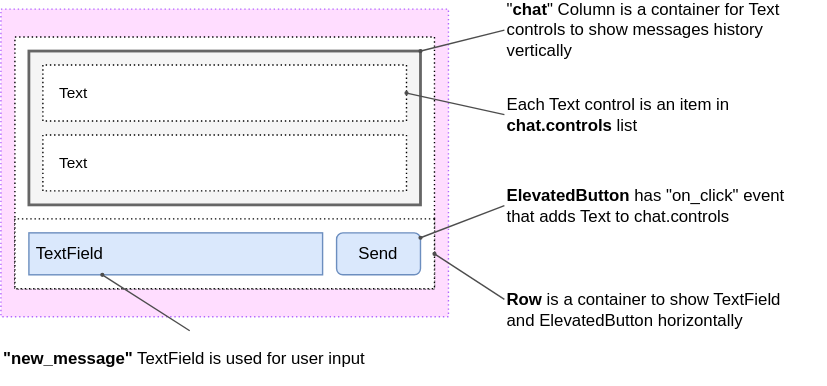
Above: sdk/python/examples/tutorials/chat/media/layout-1.svg in flet-dev/flet (draw.io), before the change. Source tidied: cells renumbered, new cells last; positions are measured from the earlier drawing's top-left corner, leaving out a move shared by most shapes. Source of this version:
```xml
<mxGraphModel>
  <root>
    <mxCell id="0" />
    <mxCell id="1" parent="0" />
    <mxCell id="2" style="rounded=0;whiteSpace=wrap;html=1;dashed=1;dashPattern=1 2;fillColor=#FFDDFF;strokeColor=#B266FF;" parent="1" vertex="1">
      <mxGeometry width="320" height="220" as="geometry" />
    </mxCell>
    <mxCell id="3" style="rounded=0;whiteSpace=wrap;html=1;direction=south;dashed=1;dashPattern=1 2;" parent="1" vertex="1">
      <mxGeometry x="10" y="20" width="300" height="180" as="geometry" />
    </mxCell>
    <mxCell id="4" style="rounded=0;whiteSpace=wrap;html=1;direction=south;fillColor=#f5f5f5;strokeColor=#666666;fontColor=#333333;strokeWidth=2;" parent="1" vertex="1">
      <mxGeometry x="20" y="30" width="280" height="110" as="geometry" />
    </mxCell>
    <mxCell id="5" style="rounded=0;whiteSpace=wrap;html=1;direction=south;dashed=1;dashPattern=1 2;" parent="1" vertex="1">
      <mxGeometry x="30" y="40" width="260" height="40" as="geometry" />
    </mxCell>
    <mxCell id="6" style="rounded=0;whiteSpace=wrap;html=1;direction=south;dashed=1;dashPattern=1 2;" parent="1" vertex="1">
      <mxGeometry x="10" y="150" width="300" height="50" as="geometry" />
    </mxCell>
    <mxCell id="7" value="&amp;nbsp;TextField" style="rounded=0;whiteSpace=wrap;html=1;fillColor=#dae8fc;sketch=0;strokeColor=#6c8ebf;align=left;" parent="1" vertex="1">
      <mxGeometry x="20" y="160" width="210" height="30" as="geometry" />
    </mxCell>
    <mxCell id="8" value="Send" style="rounded=1;whiteSpace=wrap;html=1;fillColor=#dae8fc;sketch=0;strokeColor=#6c8ebf;" parent="1" vertex="1">
      <mxGeometry x="240" y="160" width="60" height="30" as="geometry" />
    </mxCell>
    <mxCell id="9" value="&lt;b&gt;ElevatedButton&lt;/b&gt; has &quot;on_click&quot; event that adds Text to chat.controls" style="text;html=1;strokeColor=none;fillColor=none;align=left;verticalAlign=middle;whiteSpace=wrap;rounded=0;dashed=1;dashPattern=1 2;sketch=0;fontSize=12;" parent="1" vertex="1">
      <mxGeometry x="360" y="121" width="220" height="39" as="geometry" />
    </mxCell>
    <mxCell id="10" style="endArrow=oval;html=1;endFill=1;strokeWidth=1;jumpSize=5;endSize=2;startSize=2;strokeColor=#4D4D4D;exitX=0;exitY=0.5;exitDx=0;exitDy=0;" parent="1" edge="1" source="9" target="8">
      <mxGeometry relative="1" as="geometry" />
    </mxCell>
    <mxCell id="11" value="Text" style="text;html=1;strokeColor=none;fillColor=none;align=left;verticalAlign=middle;whiteSpace=wrap;rounded=0;dashed=1;dashPattern=1 2;sketch=0;fontSize=11;" parent="1" vertex="1">
      <mxGeometry x="40" y="50.5" width="100" height="19" as="geometry" />
    </mxCell>
    <mxCell id="12" value="Each Text control is an item in &lt;b&gt;chat.controls&lt;/b&gt; list" style="text;html=1;strokeColor=none;fillColor=none;align=left;verticalAlign=middle;whiteSpace=wrap;rounded=0;dashed=1;dashPattern=1 2;sketch=0;fontSize=12;" parent="1" vertex="1">
      <mxGeometry x="360" y="61" width="230" height="29" as="geometry" />
    </mxCell>
    <mxCell id="13" style="endArrow=oval;html=1;endFill=1;strokeWidth=1;jumpSize=5;endSize=2;startSize=2;strokeColor=#4D4D4D;exitX=0;exitY=0.5;exitDx=0;exitDy=0;entryX=0.5;entryY=0;entryDx=0;entryDy=0;" parent="1" edge="1" source="12" target="5">
      <mxGeometry relative="1" as="geometry" />
    </mxCell>
    <mxCell id="14" value="&quot;&lt;b&gt;chat&lt;/b&gt;&quot; Column is a container for Text controls to show messages history vertically" style="text;html=1;strokeColor=none;fillColor=none;align=left;verticalAlign=middle;whiteSpace=wrap;rounded=0;dashed=1;dashPattern=1 2;sketch=0;fontSize=12;" parent="1" vertex="1">
      <mxGeometry x="360" width="210" height="30" as="geometry" />
    </mxCell>
    <mxCell id="15" style="endArrow=oval;html=1;endFill=1;strokeWidth=1;jumpSize=5;endSize=2;startSize=2;strokeColor=#4D4D4D;exitX=0;exitY=0.5;exitDx=0;exitDy=0;entryX=0;entryY=0;entryDx=0;entryDy=0;" parent="1" edge="1" source="14" target="4">
      <mxGeometry relative="1" as="geometry" />
    </mxCell>
    <mxCell id="16" style="rounded=0;whiteSpace=wrap;html=1;direction=south;dashed=1;dashPattern=1 2;" parent="1" vertex="1">
      <mxGeometry x="30" y="90" width="260" height="40" as="geometry" />
    </mxCell>
    <mxCell id="17" value="Text" style="text;html=1;strokeColor=none;fillColor=none;align=left;verticalAlign=middle;whiteSpace=wrap;rounded=0;dashed=1;dashPattern=1 2;sketch=0;fontSize=11;" parent="1" vertex="1">
      <mxGeometry x="40" y="100.5" width="100" height="19" as="geometry" />
    </mxCell>
    <mxCell id="18" value="&lt;b&gt;&quot;new_message&quot;&lt;/b&gt; TextField is used for user input&amp;nbsp;" style="text;html=1;strokeColor=none;fillColor=none;align=left;verticalAlign=middle;whiteSpace=wrap;rounded=0;dashed=1;dashPattern=1 2;sketch=0;fontSize=12;" parent="1" vertex="1">
      <mxGeometry y="230" width="270" height="39" as="geometry" />
    </mxCell>
    <mxCell id="19" style="endArrow=oval;html=1;endFill=1;strokeWidth=1;jumpSize=5;endSize=2;startSize=2;strokeColor=#4D4D4D;exitX=0.5;exitY=0;exitDx=0;exitDy=0;entryX=0.25;entryY=1;entryDx=0;entryDy=0;" parent="1" edge="1" source="18" target="7">
      <mxGeometry relative="1" as="geometry" />
    </mxCell>
    <mxCell id="20" value="&lt;b&gt;Row&lt;/b&gt; is a container to show TextField and ElevatedButton horizontally" style="text;html=1;strokeColor=none;fillColor=none;align=left;verticalAlign=middle;whiteSpace=wrap;rounded=0;dashed=1;dashPattern=1 2;sketch=0;fontSize=12;" parent="1" vertex="1">
      <mxGeometry x="360" y="200" width="210" height="30" as="geometry" />
    </mxCell>
    <mxCell id="21" style="endArrow=oval;html=1;endFill=1;strokeWidth=1;jumpSize=5;endSize=2;startSize=2;strokeColor=#4D4D4D;exitX=0;exitY=0.25;exitDx=0;exitDy=0;entryX=0.5;entryY=0;entryDx=0;entryDy=0;" parent="1" edge="1" source="20" target="6">
      <mxGeometry relative="1" as="geometry" />
    </mxCell>
  </root>
</mxGraphModel>
```
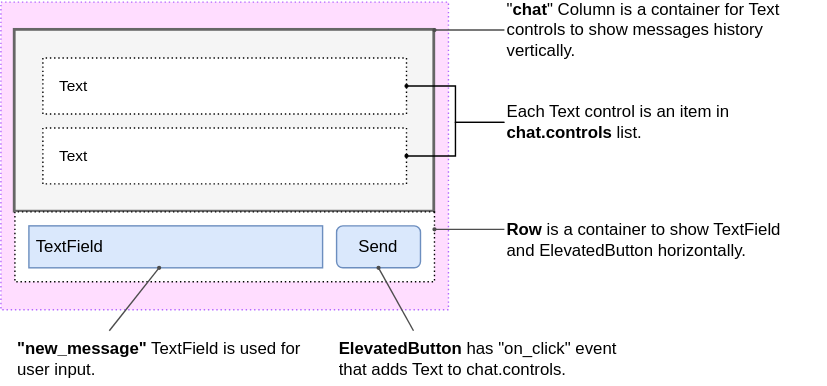
The same diagram one commit later.

Commit message:
docs: reorder text layout in chat tutorial

Diff of the diagram source:
```diff
@@ -5,11 +5,8 @@
     <mxCell id="2" style="rounded=0;whiteSpace=wrap;html=1;dashed=1;dashPattern=1 2;fillColor=#FFDDFF;strokeColor=#B266FF;" parent="1" vertex="1">
       <mxGeometry width="320" height="220" as="geometry" />
     </mxCell>
-    <mxCell id="3" style="rounded=0;whiteSpace=wrap;html=1;direction=south;dashed=1;dashPattern=1 2;" parent="1" vertex="1">
-      <mxGeometry x="10" y="20" width="300" height="180" as="geometry" />
-    </mxCell>
     <mxCell id="4" style="rounded=0;whiteSpace=wrap;html=1;direction=south;fillColor=#f5f5f5;strokeColor=#666666;fontColor=#333333;strokeWidth=2;" parent="1" vertex="1">
-      <mxGeometry x="20" y="30" width="280" height="110" as="geometry" />
+      <mxGeometry x="10" y="20" width="300" height="130" as="geometry" />
     </mxCell>
     <mxCell id="5" style="rounded=0;whiteSpace=wrap;html=1;direction=south;dashed=1;dashPattern=1 2;" parent="1" vertex="1">
       <mxGeometry x="30" y="40" width="260" height="40" as="geometry" />
@@ -23,44 +20,47 @@
     <mxCell id="8" value="Send" style="rounded=1;whiteSpace=wrap;html=1;fillColor=#dae8fc;sketch=0;strokeColor=#6c8ebf;" parent="1" vertex="1">
       <mxGeometry x="240" y="160" width="60" height="30" as="geometry" />
     </mxCell>
-    <mxCell id="9" value="&lt;b&gt;ElevatedButton&lt;/b&gt; has &quot;on_click&quot; event that adds Text to chat.controls" style="text;html=1;strokeColor=none;fillColor=none;align=left;verticalAlign=middle;whiteSpace=wrap;rounded=0;dashed=1;dashPattern=1 2;sketch=0;fontSize=12;" parent="1" vertex="1">
-      <mxGeometry x="360" y="121" width="220" height="39" as="geometry" />
+    <mxCell id="9" value="&lt;b&gt;ElevatedButton&lt;/b&gt; has &quot;on_click&quot; event that adds Text to chat.controls." style="text;html=1;strokeColor=none;fillColor=none;align=left;verticalAlign=middle;whiteSpace=wrap;rounded=0;dashed=1;dashPattern=1 2;sketch=0;fontSize=12;" parent="1" vertex="1">
+      <mxGeometry x="240" y="235" width="220" height="39" as="geometry" />
     </mxCell>
-    <mxCell id="10" style="endArrow=oval;html=1;endFill=1;strokeWidth=1;jumpSize=5;endSize=2;startSize=2;strokeColor=#4D4D4D;exitX=0;exitY=0.5;exitDx=0;exitDy=0;" parent="1" edge="1" source="9" target="8">
+    <mxCell id="10" style="endArrow=oval;html=1;endFill=1;strokeWidth=1;jumpSize=5;endSize=2;startSize=2;strokeColor=#4D4D4D;entryX=0.5;entryY=1;entryDx=0;entryDy=0;exitX=0.25;exitY=0;exitDx=0;exitDy=0;" parent="1" edge="1" source="9" target="8">
       <mxGeometry relative="1" as="geometry" />
     </mxCell>
     <mxCell id="11" value="Text" style="text;html=1;strokeColor=none;fillColor=none;align=left;verticalAlign=middle;whiteSpace=wrap;rounded=0;dashed=1;dashPattern=1 2;sketch=0;fontSize=11;" parent="1" vertex="1">
       <mxGeometry x="40" y="50.5" width="100" height="19" as="geometry" />
     </mxCell>
-    <mxCell id="12" value="Each Text control is an item in &lt;b&gt;chat.controls&lt;/b&gt; list" style="text;html=1;strokeColor=none;fillColor=none;align=left;verticalAlign=middle;whiteSpace=wrap;rounded=0;dashed=1;dashPattern=1 2;sketch=0;fontSize=12;" parent="1" vertex="1">
-      <mxGeometry x="360" y="61" width="230" height="29" as="geometry" />
+    <mxCell id="12" value="Each Text control is an item in &lt;b&gt;chat.controls&lt;/b&gt; list." style="text;html=1;strokeColor=none;fillColor=none;align=left;verticalAlign=middle;whiteSpace=wrap;rounded=0;dashed=1;dashPattern=1 2;sketch=0;fontSize=12;" parent="1" vertex="1">
+      <mxGeometry x="360" y="71.5" width="230" height="29" as="geometry" />
     </mxCell>
-    <mxCell id="13" style="endArrow=oval;html=1;endFill=1;strokeWidth=1;jumpSize=5;endSize=2;startSize=2;strokeColor=#4D4D4D;exitX=0;exitY=0.5;exitDx=0;exitDy=0;entryX=0.5;entryY=0;entryDx=0;entryDy=0;" parent="1" edge="1" source="12" target="5">
-      <mxGeometry relative="1" as="geometry" />
-    </mxCell>
-    <mxCell id="14" value="&quot;&lt;b&gt;chat&lt;/b&gt;&quot; Column is a container for Text controls to show messages history vertically" style="text;html=1;strokeColor=none;fillColor=none;align=left;verticalAlign=middle;whiteSpace=wrap;rounded=0;dashed=1;dashPattern=1 2;sketch=0;fontSize=12;" parent="1" vertex="1">
-      <mxGeometry x="360" width="210" height="30" as="geometry" />
+    <mxCell id="14" value="&quot;&lt;b&gt;chat&lt;/b&gt;&quot; Column is a container for Text controls to show messages history vertically." style="text;html=1;strokeColor=none;fillColor=none;align=left;verticalAlign=middle;whiteSpace=wrap;rounded=0;dashed=1;dashPattern=1 2;sketch=0;fontSize=12;" parent="1" vertex="1">
+      <mxGeometry x="360" y="5" width="210" height="30" as="geometry" />
     </mxCell>
-    <mxCell id="15" style="endArrow=oval;html=1;endFill=1;strokeWidth=1;jumpSize=5;endSize=2;startSize=2;strokeColor=#4D4D4D;exitX=0;exitY=0.5;exitDx=0;exitDy=0;entryX=0;entryY=0;entryDx=0;entryDy=0;" parent="1" edge="1" source="14" target="4">
-      <mxGeometry relative="1" as="geometry" />
-    </mxCell>
     <mxCell id="16" style="rounded=0;whiteSpace=wrap;html=1;direction=south;dashed=1;dashPattern=1 2;" parent="1" vertex="1">
       <mxGeometry x="30" y="90" width="260" height="40" as="geometry" />
     </mxCell>
     <mxCell id="17" value="Text" style="text;html=1;strokeColor=none;fillColor=none;align=left;verticalAlign=middle;whiteSpace=wrap;rounded=0;dashed=1;dashPattern=1 2;sketch=0;fontSize=11;" parent="1" vertex="1">
       <mxGeometry x="40" y="100.5" width="100" height="19" as="geometry" />
     </mxCell>
-    <mxCell id="18" value="&lt;b&gt;&quot;new_message&quot;&lt;/b&gt; TextField is used for user input&amp;nbsp;" style="text;html=1;strokeColor=none;fillColor=none;align=left;verticalAlign=middle;whiteSpace=wrap;rounded=0;dashed=1;dashPattern=1 2;sketch=0;fontSize=12;" parent="1" vertex="1">
-      <mxGeometry y="230" width="270" height="39" as="geometry" />
+    <mxCell id="18" value="&lt;div&gt;&lt;b&gt;&quot;new_message&quot;&lt;/b&gt; TextField is used for&amp;nbsp;&lt;/div&gt;&lt;div&gt;user input.&amp;nbsp;&lt;/div&gt;" style="text;html=1;strokeColor=none;fillColor=none;align=left;verticalAlign=middle;whiteSpace=wrap;rounded=0;dashed=1;dashPattern=1 2;sketch=0;fontSize=12;" parent="1" vertex="1">
+      <mxGeometry x="10" y="235" width="270" height="39" as="geometry" />
     </mxCell>
-    <mxCell id="19" style="endArrow=oval;html=1;endFill=1;strokeWidth=1;jumpSize=5;endSize=2;startSize=2;strokeColor=#4D4D4D;exitX=0.5;exitY=0;exitDx=0;exitDy=0;entryX=0.25;entryY=1;entryDx=0;entryDy=0;" parent="1" edge="1" source="18" target="7">
+    <mxCell id="19" style="endArrow=oval;html=1;endFill=1;strokeWidth=1;jumpSize=5;endSize=2;startSize=2;strokeColor=#4D4D4D;exitX=0.25;exitY=0;exitDx=0;exitDy=0;" parent="1" edge="1" source="18" target="7">
       <mxGeometry relative="1" as="geometry" />
     </mxCell>
-    <mxCell id="20" value="&lt;b&gt;Row&lt;/b&gt; is a container to show TextField and ElevatedButton horizontally" style="text;html=1;strokeColor=none;fillColor=none;align=left;verticalAlign=middle;whiteSpace=wrap;rounded=0;dashed=1;dashPattern=1 2;sketch=0;fontSize=12;" parent="1" vertex="1">
-      <mxGeometry x="360" y="200" width="210" height="30" as="geometry" />
+    <mxCell id="20" value="&lt;b&gt;Row&lt;/b&gt; is a container to show TextField and ElevatedButton horizontally." style="text;html=1;strokeColor=none;fillColor=none;align=left;verticalAlign=middle;whiteSpace=wrap;rounded=0;dashed=1;dashPattern=1 2;sketch=0;fontSize=12;" parent="1" vertex="1">
+      <mxGeometry x="360" y="155" width="210" height="30" as="geometry" />
     </mxCell>
-    <mxCell id="21" style="endArrow=oval;html=1;endFill=1;strokeWidth=1;jumpSize=5;endSize=2;startSize=2;strokeColor=#4D4D4D;exitX=0;exitY=0.25;exitDx=0;exitDy=0;entryX=0.5;entryY=0;entryDx=0;entryDy=0;" parent="1" edge="1" source="20" target="6">
+    <mxCell id="21" style="endArrow=oval;html=1;endFill=1;strokeWidth=1;jumpSize=5;endSize=2;startSize=2;strokeColor=#4D4D4D;exitX=0;exitY=0.25;exitDx=0;exitDy=0;entryX=0.25;entryY=0;entryDx=0;entryDy=0;" parent="1" edge="1" source="20" target="6">
       <mxGeometry relative="1" as="geometry" />
     </mxCell>
+    <mxCell id="13" style="edgeStyle=orthogonalEdgeStyle;rounded=0;jettySize=auto;html=1;startSize=2;endSize=2;endArrow=oval;endFill=1;" parent="1" edge="1" source="12" target="5">
+      <mxGeometry relative="1" as="geometry" />
+    </mxCell>
+    <mxCell id="22" style="edgeStyle=orthogonalEdgeStyle;rounded=0;jettySize=auto;html=1;exitX=0;exitY=0.5;exitDx=0;exitDy=0;entryX=0.5;entryY=0;entryDx=0;entryDy=0;endArrow=oval;endFill=1;startSize=2;endSize=2;" parent="1" edge="1" source="12" target="16">
+      <mxGeometry relative="1" as="geometry" />
+    </mxCell>
+    <mxCell id="15" style="endArrow=oval;html=1;endFill=1;strokeWidth=1;jumpSize=5;endSize=2;startSize=2;strokeColor=#4D4D4D;exitX=0;exitY=0.5;exitDx=0;exitDy=0;entryX=0;entryY=0;entryDx=0;entryDy=0;" parent="1" edge="1" source="14" target="4">
+      <mxGeometry relative="1" as="geometry" />
+    </mxCell>
   </root>
 </mxGraphModel>
```
